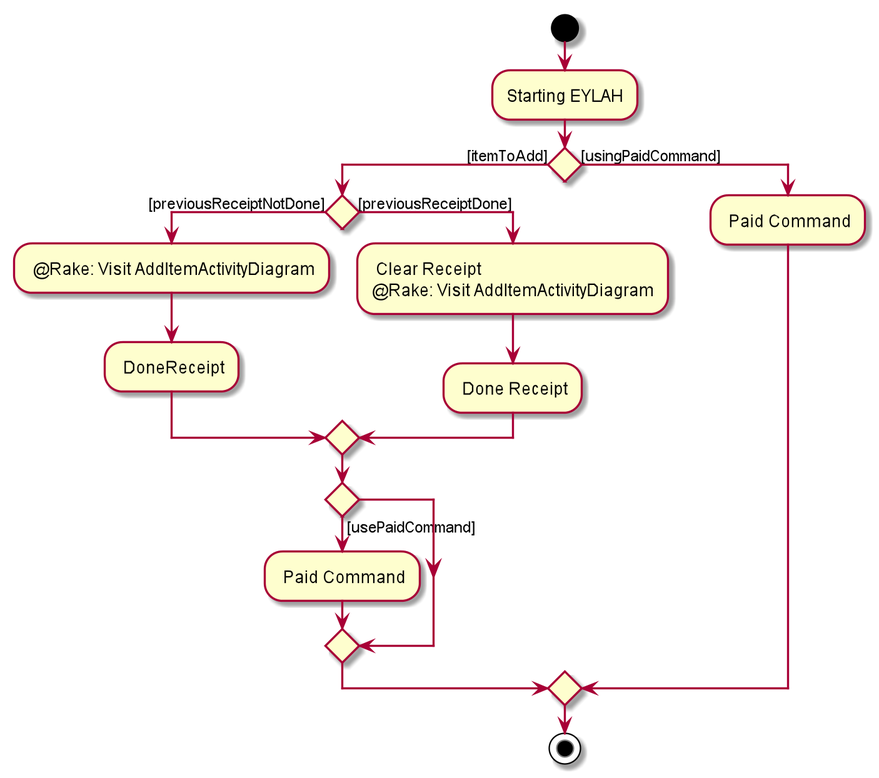
Before: images/ExpenseSplitterActivityDiagramV2.png, a diagram exported from PlantUML (AY1920S2-CS2103T-W13-1/main). Its diagram source:
```plantuml
@startuml
start

:Starting EYLAH;

if () then ([itemToAdd])

    if () then ([previousReceiptNotDone])
    : @Rake: Visit AddItemActivityDiagram;
    : DoneReceipt;

    else ([previousReceiptDone])
    : Clear Receipt
    @Rake: Visit AddItemActivityDiagram;
    : Done Receipt;
    endif

     if () then([usePaidCommand])
        : Paid Command;
     else ()
     endif


    else ([usingPaidCommand])
    : Paid Command;


endif

stop
@enduml
```
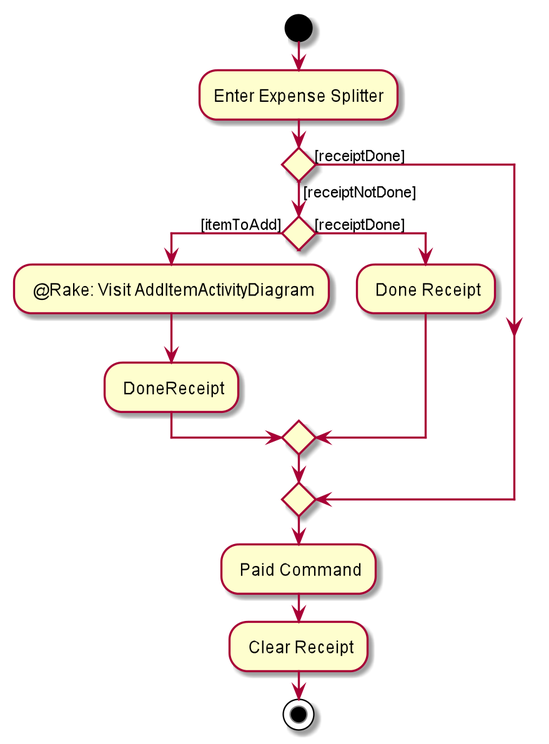
After the change.

The edit, as a diff of the source:
```diff
@@ -1,31 +1,30 @@
 @startuml
 start
 
-:Starting EYLAH;
+:Enter Expense Splitter;
 
-if () then ([itemToAdd])
+if () then ([receiptNotDone])
 
-    if () then ([previousReceiptNotDone])
+    if () then ([itemToAdd])
     : @Rake: Visit AddItemActivityDiagram;
     : DoneReceipt;
 
-    else ([previousReceiptDone])
-    : Clear Receipt
-    @Rake: Visit AddItemActivityDiagram;
+    else ([receiptDone])
     : Done Receipt;
     endif
 
-     if () then([usePaidCommand])
-        : Paid Command;
-     else ()
-     endif
 
-
-    else ([usingPaidCommand])
-    : Paid Command;
-
+else ([receiptDone])
 
 endif
 
+
+: Paid Command;
+
+: Clear Receipt;
+
+
+
+
 stop
 @enduml
```
